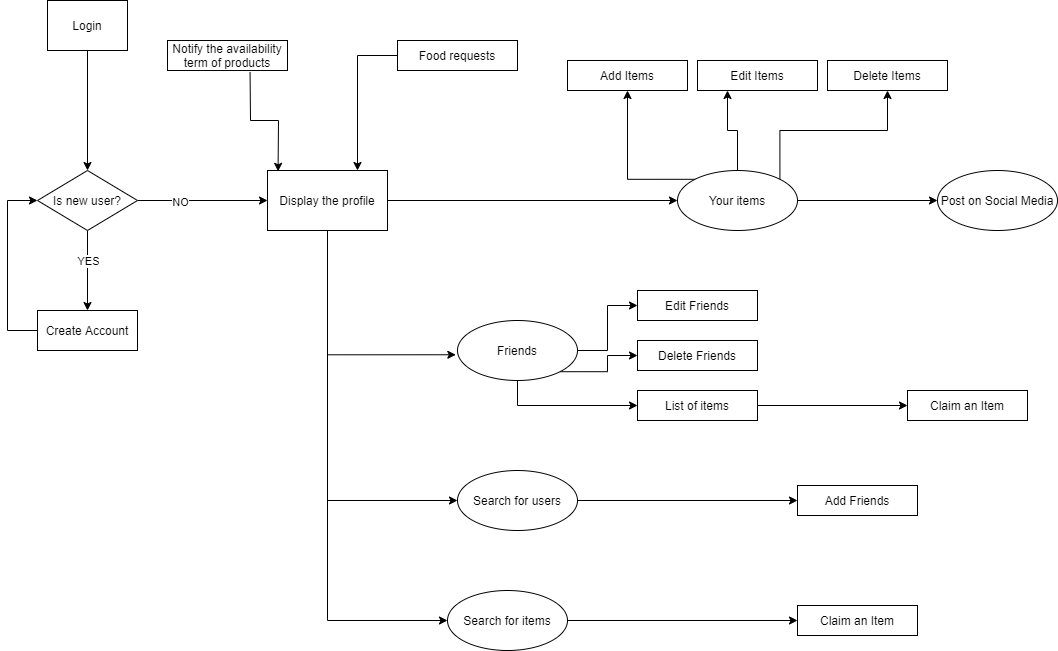
Above: App logic.png in TibLion/Proiect_TW (draw.io), before the change. Source tidied: cells renumbered, new cells last; positions are measured from the earlier drawing's top-left corner, leaving out a move shared by most shapes.
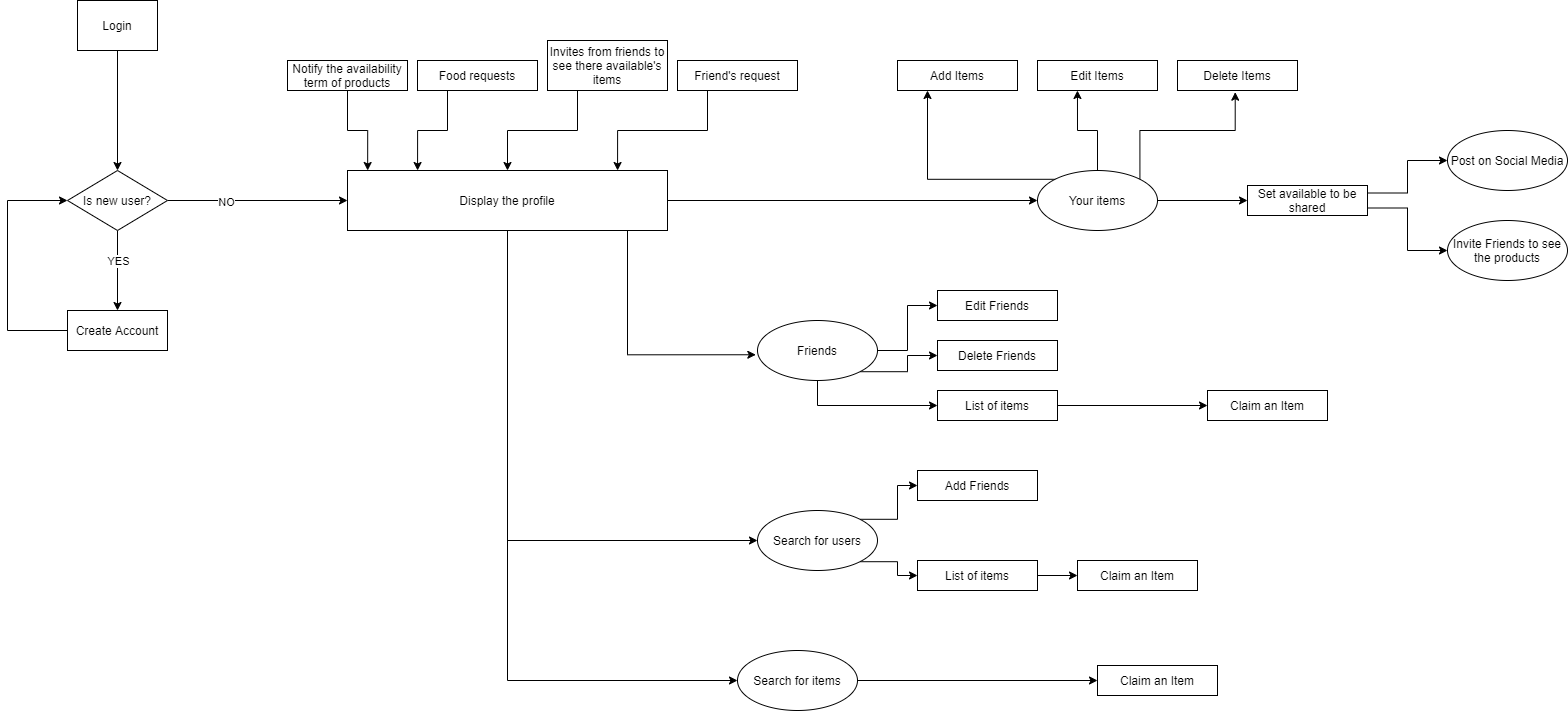
The same diagram one commit later.

Commit message:
Update-App-Logic Add-DataBase-Schema

What changed in the source:
```diff
@@ -6,7 +6,7 @@
       <mxGeometry relative="1" as="geometry" />
     </mxCell>
     <mxCell id="3" value="Login" style="rounded=0;whiteSpace=wrap;html=1;" parent="1" vertex="1">
-      <mxGeometry x="40" width="80" height="50" as="geometry" />
+      <mxGeometry x="-230" width="80" height="50" as="geometry" />
     </mxCell>
     <mxCell id="4" style="edgeStyle=orthogonalEdgeStyle;rounded=0;jettySize=auto;html=1;" parent="1" edge="1" source="8" target="10">
       <mxGeometry relative="1" as="geometry" />
@@ -21,18 +21,18 @@
       <mxGeometry x="-0.36" y="-1" relative="1" as="geometry" />
     </mxCell>
     <mxCell id="8" value="Is new user?" style="rhombus;whiteSpace=wrap;html=1;" parent="1" vertex="1">
-      <mxGeometry x="30" y="170" width="100" height="60" as="geometry" />
+      <mxGeometry x="-240" y="170" width="100" height="60" as="geometry" />
     </mxCell>
     <mxCell id="9" style="edgeStyle=orthogonalEdgeStyle;rounded=0;jettySize=auto;html=1;exitX=0;exitY=0.5;exitDx=0;exitDy=0;entryX=0;entryY=0.5;entryDx=0;entryDy=0;" parent="1" edge="1" source="10" target="8">
       <mxGeometry relative="1" as="geometry">
         <Array as="points">
-          <mxPoint y="330" />
-          <mxPoint y="200" />
+          <mxPoint x="-300" y="330" />
+          <mxPoint x="-300" y="200" />
         </Array>
       </mxGeometry>
     </mxCell>
     <mxCell id="10" value="Create Account" style="whiteSpace=wrap;html=1;" parent="1" vertex="1">
-      <mxGeometry x="30" y="310" width="100" height="40" as="geometry" />
+      <mxGeometry x="-240" y="310" width="100" height="40" as="geometry" />
     </mxCell>
     <mxCell id="11" style="edgeStyle=orthogonalEdgeStyle;rounded=0;jettySize=auto;html=1;" parent="1" edge="1" source="15" target="20">
       <mxGeometry relative="1" as="geometry" />
@@ -51,7 +51,7 @@
       <mxGeometry relative="1" as="geometry" />
     </mxCell>
     <mxCell id="15" value="Display the profile" style="whiteSpace=wrap;html=1;" parent="1" vertex="1">
-      <mxGeometry x="260" y="170" width="120" height="60" as="geometry" />
+      <mxGeometry x="40" y="170" width="320" height="60" as="geometry" />
     </mxCell>
     <mxCell id="16" style="edgeStyle=orthogonalEdgeStyle;rounded=0;jettySize=auto;html=1;exitX=1;exitY=0;exitDx=0;exitDy=0;" parent="1" edge="1" source="20" target="27">
       <mxGeometry relative="1" as="geometry">
@@ -60,22 +60,22 @@
         </Array>
       </mxGeometry>
     </mxCell>
+    <mxCell id="19" style="edgeStyle=orthogonalEdgeStyle;rounded=0;jettySize=auto;html=1;exitX=1;exitY=0.5;exitDx=0;exitDy=0;entryX=0;entryY=0.5;entryDx=0;entryDy=0;" parent="1" edge="1" source="20" target="48">
+      <mxGeometry relative="1" as="geometry" />
+    </mxCell>
-    <mxCell id="17" style="edgeStyle=orthogonalEdgeStyle;rounded=0;jettySize=auto;html=1;entryX=0.25;entryY=1;entryDx=0;entryDy=0;" parent="1" edge="1" source="20" target="28">
+    <mxCell id="17" style="edgeStyle=orthogonalEdgeStyle;rounded=0;jettySize=auto;html=1;exitX=0.5;exitY=0;exitDx=0;exitDy=0;entryX=0.333;entryY=1;entryDx=0;entryDy=0;entryPerimeter=0;" parent="1" edge="1" source="20" target="28">
       <mxGeometry relative="1" as="geometry" />
     </mxCell>
-    <mxCell id="18" style="edgeStyle=orthogonalEdgeStyle;rounded=0;jettySize=auto;html=1;exitX=1;exitY=0;exitDx=0;exitDy=0;entryX=0.5;entryY=1;entryDx=0;entryDy=0;" parent="1" edge="1" source="20" target="29">
+    <mxCell id="18" style="edgeStyle=orthogonalEdgeStyle;rounded=0;jettySize=auto;html=1;exitX=1;exitY=0;exitDx=0;exitDy=0;entryX=0.481;entryY=1.056;entryDx=0;entryDy=0;entryPerimeter=0;" parent="1" edge="1" source="20" target="29">
       <mxGeometry relative="1" as="geometry">
         <Array as="points">
-          <mxPoint x="772" y="130" />
-          <mxPoint x="880" y="130" />
+          <mxPoint x="832" y="130" />
+          <mxPoint x="928" y="130" />
         </Array>
       </mxGeometry>
     </mxCell>
-    <mxCell id="19" style="edgeStyle=orthogonalEdgeStyle;rounded=0;jettySize=auto;html=1;exitX=1;exitY=0.5;exitDx=0;exitDy=0;entryX=0;entryY=0.5;entryDx=0;entryDy=0;" parent="1" edge="1" source="20" target="43">
-      <mxGeometry relative="1" as="geometry" />
-    </mxCell>
     <mxCell id="20" value="Your items" style="ellipse;whiteSpace=wrap;html=1;" parent="1" vertex="1">
-      <mxGeometry x="670" y="170" width="120" height="60" as="geometry" />
+      <mxGeometry x="730" y="170" width="120" height="60" as="geometry" />
     </mxCell>
     <mxCell id="21" style="edgeStyle=orthogonalEdgeStyle;rounded=0;jettySize=auto;html=1;exitX=1;exitY=0.5;exitDx=0;exitDy=0;entryX=0;entryY=0.5;entryDx=0;entryDy=0;" parent="1" edge="1" source="24" target="31">
       <mxGeometry relative="1" as="geometry" />
@@ -89,28 +89,23 @@
     <mxCell id="24" value="Friends" style="ellipse;whiteSpace=wrap;html=1;" parent="1" vertex="1">
       <mxGeometry x="450" y="320" width="120" height="60" as="geometry" />
     </mxCell>
+    <mxCell id="26" style="edgeStyle=orthogonalEdgeStyle;rounded=0;jettySize=auto;html=1;exitX=0.5;exitY=1;exitDx=0;exitDy=0;entryX=0.063;entryY=0;entryDx=0;entryDy=0;entryPerimeter=0;" parent="1" edge="1" source="25" target="15">
+      <mxGeometry relative="1" as="geometry" />
+    </mxCell>
     <mxCell id="25" value="Notify the availability term of products&lt;span style=&quot;color: rgba(0 , 0 , 0 , 0) ; font-family: monospace ; font-size: 0px&quot;&gt;%3CmxGraphModel%3E%3Croot%3E%3CmxCell%20id%3D%220%22%2F%3E%3CmxCell%20id%3D%221%22%20parent%3D%220%22%2F%3E%3CmxCell%20id%3D%222%22%20value%3D%22%22%20style%3D%22edgeStyle%3DorthogonalEdgeStyle%3Brounded%3D0%3BorthogonalLoop%3D1%3BjettySize%3Dauto%3Bhtml%3D1%3B%22%20edge%3D%221%22%20parent%3D%221%22%3E%3CmxGeometry%20relative%3D%221%22%20as%3D%22geometry%22%3E%3CmxPoint%20x%3D%22420%22%20y%3D%22510%22%20as%3D%22sourcePoint%22%2F%3E%3CmxPoint%20x%3D%22500%22%20y%3D%22510%22%20as%3D%22targetPoint%22%2F%3E%3C%2FmxGeometry%3E%3C%2FmxCell%3E%3C%2Froot%3E%3C%2FmxGraphModel%3E&lt;/span&gt;&lt;font color=&quot;rgba(0, 0, 0, 0)&quot; face=&quot;monospace&quot;&gt;&lt;span style=&quot;font-size: 0px&quot;&gt;available&lt;/span&gt;&lt;/font&gt;" style="rounded=0;whiteSpace=wrap;html=1;" parent="1" vertex="1">
-      <mxGeometry x="160" y="40" width="120" height="30" as="geometry" />
+      <mxGeometry x="-20" y="60" width="120" height="30" as="geometry" />
     </mxCell>
-    <mxCell id="26" style="endArrow=classic;html=1;rounded=0;exitX=0.688;exitY=1.048;exitDx=0;exitDy=0;exitPerimeter=0;entryX=0.088;entryY=0.014;entryDx=0;entryDy=0;entryPerimeter=0;" parent="1" edge="1" source="25" target="15">
-      <mxGeometry relative="1" as="geometry">
-        <Array as="points">
-          <mxPoint x="243" y="120" />
-          <mxPoint x="271" y="120" />
-        </Array>
-      </mxGeometry>
-    </mxCell>
     <mxCell id="27" value="Add Items" style="rounded=0;whiteSpace=wrap;html=1;" parent="1" vertex="1">
-      <mxGeometry x="560" y="60" width="120" height="30" as="geometry" />
+      <mxGeometry x="590" y="60" width="120" height="30" as="geometry" />
     </mxCell>
     <mxCell id="28" value="Edit Items" style="rounded=0;whiteSpace=wrap;html=1;" parent="1" vertex="1">
-      <mxGeometry x="690" y="60" width="120" height="30" as="geometry" />
+      <mxGeometry x="730" y="60" width="120" height="30" as="geometry" />
     </mxCell>
     <mxCell id="29" value="Delete Items" style="rounded=0;whiteSpace=wrap;html=1;" parent="1" vertex="1">
-      <mxGeometry x="820" y="60" width="120" height="30" as="geometry" />
+      <mxGeometry x="870" y="60" width="120" height="30" as="geometry" />
     </mxCell>
     <mxCell id="30" value="Add Friends" style="rounded=0;whiteSpace=wrap;html=1;" parent="1" vertex="1">
-      <mxGeometry x="790" y="485" width="120" height="30" as="geometry" />
+      <mxGeometry x="610" y="470" width="120" height="30" as="geometry" />
     </mxCell>
     <mxCell id="31" value="Edit Friends&lt;span style=&quot;color: rgba(0 , 0 , 0 , 0) ; font-family: monospace ; font-size: 0px&quot;&gt;%3CmxGraphModel%3E%3Croot%3E%3CmxCell%20id%3D%220%22%2F%3E%3CmxCell%20id%3D%221%22%20parent%3D%220%22%2F%3E%3CmxCell%20id%3D%222%22%20value%3D%22Add%20Friends%22%20style%3D%22rounded%3D0%3BwhiteSpace%3Dwrap%3Bhtml%3D1%3B%22%20vertex%3D%221%22%20parent%3D%221%22%3E%3CmxGeometry%20x%3D%221280%22%20y%3D%22797%22%20width%3D%22120%22%20height%3D%2230%22%20as%3D%22geometry%22%2F%3E%3C%2FmxCell%3E%3C%2Froot%3E%3C%2FmxGraphModel%3E&lt;/span&gt;" style="rounded=0;whiteSpace=wrap;html=1;" parent="1" vertex="1">
       <mxGeometry x="630" y="290" width="120" height="30" as="geometry" />
@@ -127,29 +122,65 @@
     <mxCell id="35" value="Claim an Item" style="rounded=0;whiteSpace=wrap;html=1;" parent="1" vertex="1">
       <mxGeometry x="900" y="390" width="120" height="30" as="geometry" />
     </mxCell>
-    <mxCell id="36" style="edgeStyle=orthogonalEdgeStyle;rounded=0;jettySize=auto;html=1;exitX=0;exitY=0.5;exitDx=0;exitDy=0;entryX=0.75;entryY=0;entryDx=0;entryDy=0;" parent="1" edge="1" source="37" target="15">
+    <mxCell id="36" style="edgeStyle=orthogonalEdgeStyle;rounded=0;jettySize=auto;html=1;exitX=0.25;exitY=1;exitDx=0;exitDy=0;entryX=0.219;entryY=0;entryDx=0;entryDy=0;entryPerimeter=0;" parent="1" edge="1" source="37" target="15">
       <mxGeometry relative="1" as="geometry" />
     </mxCell>
     <mxCell id="37" value="Food requests" style="rounded=0;whiteSpace=wrap;html=1;" parent="1" vertex="1">
-      <mxGeometry x="390" y="40" width="120" height="30" as="geometry" />
+      <mxGeometry x="110" y="60" width="120" height="30" as="geometry" />
     </mxCell>
-    <mxCell id="38" style="edgeStyle=orthogonalEdgeStyle;rounded=0;jettySize=auto;html=1;exitX=1;exitY=0.5;exitDx=0;exitDy=0;" parent="1" edge="1" source="39" target="30">
+    <mxCell id="38" style="edgeStyle=orthogonalEdgeStyle;rounded=0;jettySize=auto;html=1;exitX=1;exitY=0;exitDx=0;exitDy=0;entryX=0;entryY=0.5;entryDx=0;entryDy=0;" parent="1" edge="1" source="39" target="30">
       <mxGeometry relative="1" as="geometry" />
     </mxCell>
+    <mxCell id="44" style="edgeStyle=orthogonalEdgeStyle;rounded=0;jettySize=auto;html=1;exitX=1;exitY=1;exitDx=0;exitDy=0;entryX=0;entryY=0.5;entryDx=0;entryDy=0;" parent="1" edge="1" source="39" target="54">
+      <mxGeometry relative="1" as="geometry" />
+    </mxCell>
     <mxCell id="39" value="Search for users" style="ellipse;whiteSpace=wrap;html=1;" parent="1" vertex="1">
-      <mxGeometry x="450" y="470" width="120" height="60" as="geometry" />
+      <mxGeometry x="450" y="510" width="120" height="60" as="geometry" />
     </mxCell>
     <mxCell id="40" style="edgeStyle=orthogonalEdgeStyle;rounded=0;jettySize=auto;html=1;exitX=1;exitY=0.5;exitDx=0;exitDy=0;entryX=0;entryY=0.5;entryDx=0;entryDy=0;" parent="1" edge="1" source="41" target="42">
       <mxGeometry relative="1" as="geometry" />
     </mxCell>
     <mxCell id="41" value="Search for items" style="ellipse;whiteSpace=wrap;html=1;" parent="1" vertex="1">
-      <mxGeometry x="440" y="590" width="120" height="60" as="geometry" />
+      <mxGeometry x="430" y="650" width="120" height="60" as="geometry" />
     </mxCell>
     <mxCell id="42" value="Claim an Item" style="rounded=0;whiteSpace=wrap;html=1;" parent="1" vertex="1">
-      <mxGeometry x="790" y="605" width="120" height="30" as="geometry" />
+      <mxGeometry x="790" y="665" width="120" height="30" as="geometry" />
     </mxCell>
     <mxCell id="43" value="Post on Social Media" style="ellipse;whiteSpace=wrap;html=1;" parent="1" vertex="1">
-      <mxGeometry x="930" y="170" width="120" height="60" as="geometry" />
+      <mxGeometry x="1140" y="130" width="120" height="60" as="geometry" />
     </mxCell>
+    <mxCell id="45" value="Invite Friends to see the products" style="ellipse;whiteSpace=wrap;html=1;" parent="1" vertex="1">
+      <mxGeometry x="1140" y="220" width="120" height="60" as="geometry" />
+    </mxCell>
+    <mxCell id="46" style="edgeStyle=orthogonalEdgeStyle;rounded=0;jettySize=auto;html=1;exitX=1;exitY=0.25;exitDx=0;exitDy=0;entryX=0;entryY=0.5;entryDx=0;entryDy=0;" parent="1" edge="1" source="48" target="43">
+      <mxGeometry relative="1" as="geometry" />
+    </mxCell>
+    <mxCell id="47" style="edgeStyle=orthogonalEdgeStyle;rounded=0;jettySize=auto;html=1;exitX=1;exitY=0.75;exitDx=0;exitDy=0;entryX=0;entryY=0.5;entryDx=0;entryDy=0;" parent="1" edge="1" source="48" target="45">
+      <mxGeometry relative="1" as="geometry" />
+    </mxCell>
+    <mxCell id="48" value="Set available to be shared" style="rounded=0;whiteSpace=wrap;html=1;" parent="1" vertex="1">
+      <mxGeometry x="940" y="185" width="120" height="30" as="geometry" />
+    </mxCell>
+    <mxCell id="49" style="edgeStyle=orthogonalEdgeStyle;rounded=0;jettySize=auto;html=1;exitX=0.25;exitY=1;exitDx=0;exitDy=0;entryX=0.5;entryY=0;entryDx=0;entryDy=0;" parent="1" edge="1" source="50" target="15">
+      <mxGeometry relative="1" as="geometry" />
+    </mxCell>
+    <mxCell id="50" value="Invites from friends to see there available's items" style="rounded=0;whiteSpace=wrap;html=1;" parent="1" vertex="1">
+      <mxGeometry x="240" y="40" width="120" height="50" as="geometry" />
+    </mxCell>
+    <mxCell id="51" style="edgeStyle=orthogonalEdgeStyle;rounded=0;jettySize=auto;html=1;exitX=0.25;exitY=1;exitDx=0;exitDy=0;entryX=0.844;entryY=0;entryDx=0;entryDy=0;entryPerimeter=0;" parent="1" edge="1" source="52" target="15">
+      <mxGeometry relative="1" as="geometry" />
+    </mxCell>
+    <mxCell id="52" value="Friend's request" style="rounded=0;whiteSpace=wrap;html=1;" parent="1" vertex="1">
+      <mxGeometry x="370" y="60" width="120" height="30" as="geometry" />
+    </mxCell>
+    <mxCell id="53" style="edgeStyle=orthogonalEdgeStyle;rounded=0;jettySize=auto;html=1;exitX=1;exitY=0.5;exitDx=0;exitDy=0;entryX=0;entryY=0.5;entryDx=0;entryDy=0;" parent="1" edge="1" source="54" target="55">
+      <mxGeometry relative="1" as="geometry" />
+    </mxCell>
+    <mxCell id="54" value="List of items" style="rounded=0;whiteSpace=wrap;html=1;" parent="1" vertex="1">
+      <mxGeometry x="610" y="560" width="120" height="30" as="geometry" />
+    </mxCell>
+    <mxCell id="55" value="Claim an Item" style="rounded=0;whiteSpace=wrap;html=1;" parent="1" vertex="1">
+      <mxGeometry x="770" y="560" width="120" height="30" as="geometry" />
+    </mxCell>
   </root>
 </mxGraphModel>
```
